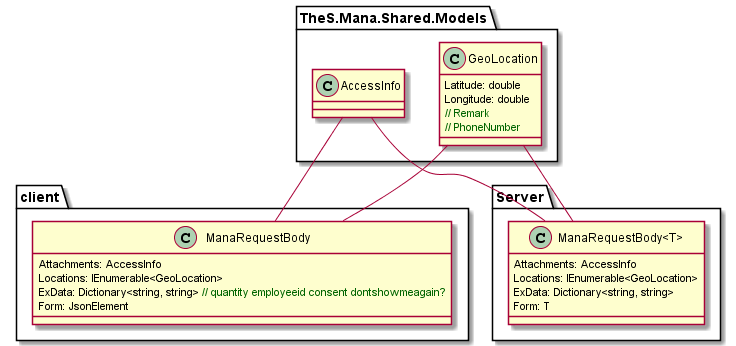
Before: ManaRequestBody/out/manarequestbody/ManaRequestBody.png, a diagram exported from PlantUML (BugLordTO/cart-ideas).
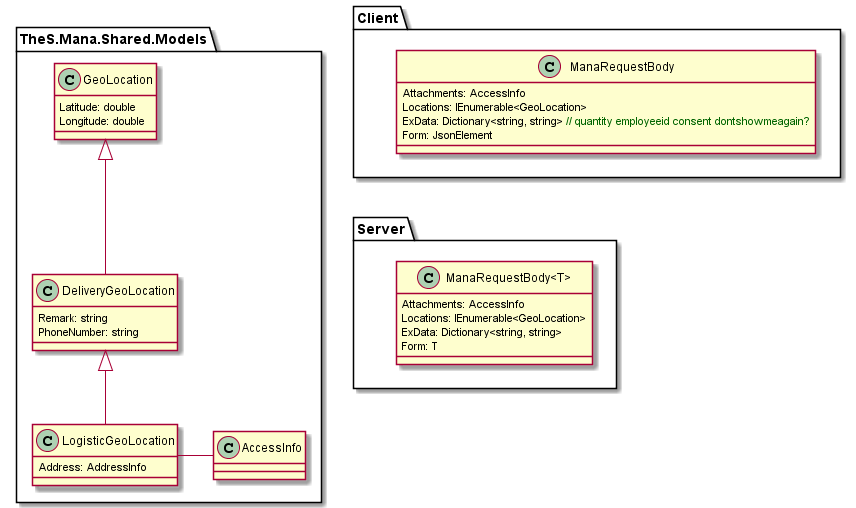
The same file after the commit.

Change to the diagram source:
```diff
@@ -6,23 +6,25 @@
     class GeoLocation {
         Latitude: double
         Longitude: double
-        COMMENT(// Remark)
-        COMMENT(// PhoneNumber)
+    }
+    class DeliveryGeoLocation extends GeoLocation {
+        Remark: string
+        PhoneNumber: string
+    }
+    class LogisticGeoLocation extends DeliveryGeoLocation {
+        Address: AddressInfo
     }
     class AccessInfo { }
+    AccessInfo -l- LogisticGeoLocation
 }
 
-package client {
+package Client {
     class ManaRequestBody {
         Attachments: AccessInfo
         Locations: IEnumerable<GeoLocation>
         ExData: Dictionary<string, string> COMMENT(// quantity employeeid consent dontshowmeagain?)
         Form: JsonElement
     }
-    GeoLocation -- ManaRequestBody
-    AccessInfo -- ManaRequestBody
-
-
 }
 
 package Server {
@@ -32,8 +34,7 @@
         ExData: Dictionary<string, string>
         Form: T
     }
-    GeoLocation -- "ManaRequestBody<T>"
-    AccessInfo -- "ManaRequestBody<T>"
 }
+Client -[hidden]- Server
 
 @enduml
```
